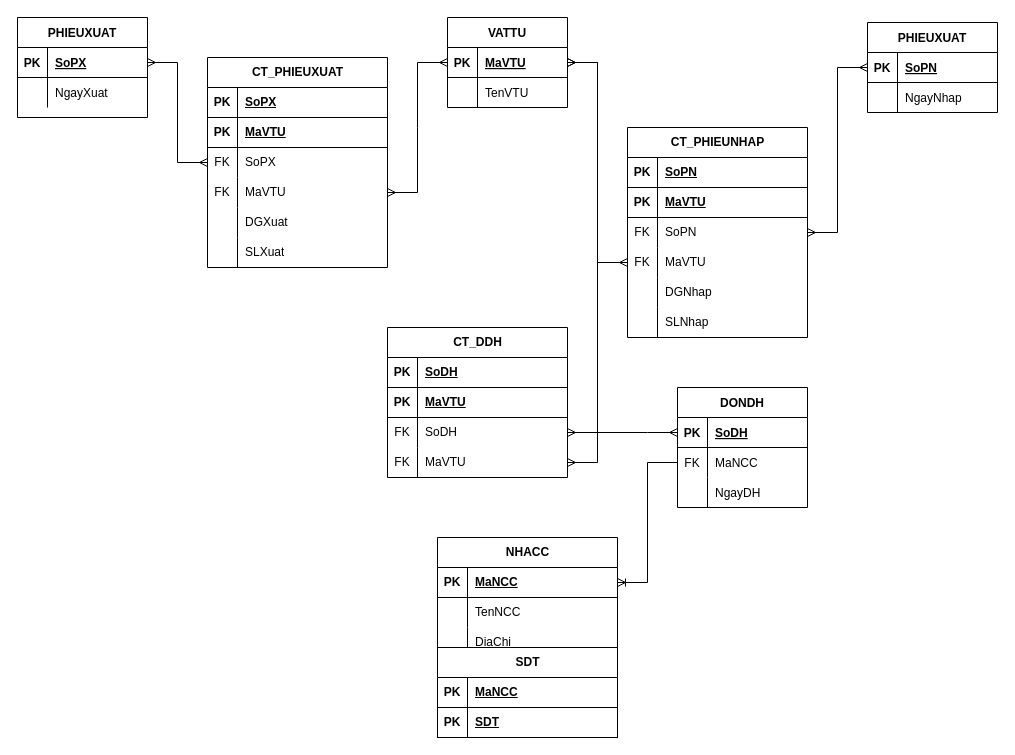
Cuongrevival/C1224G1-Module-3 keeps this draw.io diagram as Lesson2/ERD Luyen Tap.drawio. Above is the earlier version. Source tidied: cells renumbered, new cells numbered last; positions are measured from the earlier drawing's top-left corner, leaving out a move shared by most shapes. Both pictures are drawn from the tidied source at 100%, with x=0, y=0 at pixel (17, 17).
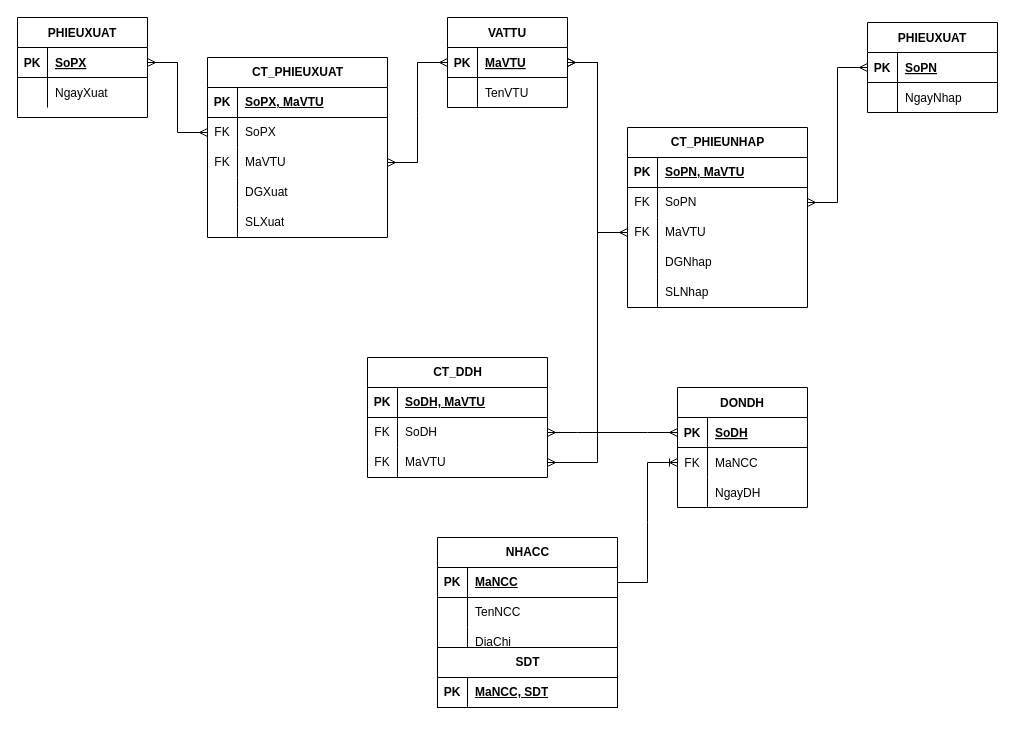
The same page after the edit.

The change refers to these unchanged cells:
```xml
<mxCell id="10" style="shape=tableRow;horizontal=0;startSize=0;swimlaneHead=0;swimlaneBody=0;fillColor=none;top=0;left=0;right=0;bottom=1;" parent="9" vertex="1">
  <mxGeometry y="30" width="180" height="30" as="geometry" />
</mxCell>
<mxCell id="38" style="shape=tableRow;horizontal=0;startSize=0;swimlaneHead=0;swimlaneBody=0;fillColor=none;top=0;left=0;right=0;bottom=1;" parent="37" vertex="1">
  <mxGeometry y="30" width="180" height="30" as="geometry" />
</mxCell>
<mxCell id="66" style="shape=tableRow;horizontal=0;startSize=0;swimlaneHead=0;swimlaneBody=0;fillColor=none;top=0;left=0;right=0;bottom=1;" parent="65" vertex="1">
  <mxGeometry y="30" width="180" height="30" as="geometry" />
</mxCell>
<mxCell id="82" style="shape=partialRectangle;fillColor=none;points=[[0,0.5],[1,0.5]];portConstraint=eastwest;top=0;left=0;right=0;bottom=0;" parent="78" vertex="1">
  <mxGeometry y="60" width="130" height="30" as="geometry" />
</mxCell>
<mxCell id="90" style="group;" parent="1" vertex="1">
  <mxGeometry x="420" y="520" width="180" height="200" as="geometry" />
</mxCell>
<mxCell id="92" style="shape=tableRow;horizontal=0;startSize=0;swimlaneHead=0;swimlaneBody=0;fillColor=none;points=[[0,0.5],[1,0.5]];portConstraint=eastwest;top=0;left=0;right=0;bottom=1;" parent="91" vertex="1">
  <mxGeometry y="30" width="180" height="30" as="geometry" />
</mxCell>
<mxCell id="102" style="shape=tableRow;horizontal=0;startSize=0;swimlaneHead=0;swimlaneBody=0;fillColor=none;top=0;left=0;right=0;bottom=1;" parent="101" vertex="1">
  <mxGeometry y="30" width="180" height="30" as="geometry" />
</mxCell>
```

Change to the diagram source:
```diff
@@
     <mxCell id="9" value="CT_PHIEUXUAT" style="shape=table;startSize=30;childLayout=tableLayout;rowLines=0;fontStyle=1;align=center;html=1;" parent="1" vertex="1">
-      <mxGeometry x="190" y="40" width="180" height="210" as="geometry" />
+      <mxGeometry x="190" y="40" width="180" height="180" as="geometry" />
     </mxCell>
@@
-    <mxCell id="12" value="SoPX" style="shape=partialRectangle;fillColor=none;top=0;left=0;bottom=0;right=0;align=left;spacingLeft=6;fontStyle=5;overflow=hidden;whiteSpace=wrap;html=1;" parent="10" vertex="1">
+    <mxCell id="12" value="SoPX, MaVTU" style="shape=partialRectangle;fillColor=none;top=0;left=0;bottom=0;right=0;align=left;spacingLeft=6;fontStyle=5;overflow=hidden;whiteSpace=wrap;html=1;" parent="10" vertex="1">
       <mxGeometry x="30" width="150" height="30" as="geometry" />
     </mxCell>
-    <mxCell id="13" style="shape=tableRow;horizontal=0;startSize=0;swimlaneHead=0;swimlaneBody=0;fillColor=none;top=0;left=0;right=0;bottom=1;" parent="9" vertex="1">
-      <mxGeometry y="60" width="180" height="30" as="geometry" />
-    </mxCell>
-    <mxCell id="14" value="PK" style="shape=partialRectangle;fillColor=none;top=0;left=0;bottom=0;right=0;fontStyle=1;overflow=hidden;whiteSpace=wrap;html=1;" parent="13" vertex="1">
-      <mxGeometry width="30" height="30" as="geometry" />
-    </mxCell>
-    <mxCell id="15" value="MaVTU" style="shape=partialRectangle;fillColor=none;top=0;left=0;bottom=0;right=0;align=left;spacingLeft=6;fontStyle=5;overflow=hidden;whiteSpace=wrap;html=1;" parent="13" vertex="1">
-      <mxGeometry x="30" width="150" height="30" as="geometry" />
-    </mxCell>
     <mxCell id="16" style="shape=tableRow;horizontal=0;startSize=0;swimlaneHead=0;swimlaneBody=0;fillColor=none;points=[[0,0.5],[1,0.5]];portConstraint=eastwest;top=0;left=0;right=0;bottom=0;" parent="9" vertex="1">
-      <mxGeometry y="90" width="180" height="30" as="geometry" />
+      <mxGeometry y="60" width="180" height="30" as="geometry" />
     </mxCell>
@@
     <mxCell id="19" style="shape=tableRow;horizontal=0;startSize=0;swimlaneHead=0;swimlaneBody=0;fillColor=none;points=[[0,0.5],[1,0.5]];portConstraint=eastwest;top=0;left=0;right=0;bottom=0;" parent="9" vertex="1">
-      <mxGeometry y="120" width="180" height="30" as="geometry" />
+      <mxGeometry y="90" width="180" height="30" as="geometry" />
     </mxCell>
@@
     <mxCell id="22" style="shape=tableRow;horizontal=0;startSize=0;swimlaneHead=0;swimlaneBody=0;fillColor=none;top=0;left=0;right=0;bottom=0;" parent="9" vertex="1">
-      <mxGeometry y="150" width="180" height="30" as="geometry" />
+      <mxGeometry y="120" width="180" height="30" as="geometry" />
     </mxCell>
@@
     <mxCell id="25" style="shape=tableRow;horizontal=0;startSize=0;swimlaneHead=0;swimlaneBody=0;fillColor=none;top=0;left=0;right=0;bottom=0;" parent="9" vertex="1">
-      <mxGeometry y="180" width="180" height="30" as="geometry" />
+      <mxGeometry y="150" width="180" height="30" as="geometry" />
     </mxCell>
@@
     <mxCell id="37" value="CT_PHIEUNHAP" style="shape=table;startSize=30;childLayout=tableLayout;rowLines=0;fontStyle=1;align=center;html=1;" parent="1" vertex="1">
-      <mxGeometry x="610" y="110" width="180" height="210" as="geometry" />
+      <mxGeometry x="610" y="110" width="180" height="180" as="geometry" />
     </mxCell>
@@
-    <mxCell id="40" value="SoPN" style="shape=partialRectangle;fillColor=none;top=0;left=0;bottom=0;right=0;align=left;spacingLeft=6;fontStyle=5;overflow=hidden;whiteSpace=wrap;html=1;" parent="38" vertex="1">
+    <mxCell id="40" value="SoPN, MaVTU" style="shape=partialRectangle;fillColor=none;top=0;left=0;bottom=0;right=0;align=left;spacingLeft=6;fontStyle=5;overflow=hidden;whiteSpace=wrap;html=1;" parent="38" vertex="1">
       <mxGeometry x="30" width="150" height="30" as="geometry" />
     </mxCell>
-    <mxCell id="41" style="shape=tableRow;horizontal=0;startSize=0;swimlaneHead=0;swimlaneBody=0;fillColor=none;top=0;left=0;right=0;bottom=1;" parent="37" vertex="1">
-      <mxGeometry y="60" width="180" height="30" as="geometry" />
-    </mxCell>
-    <mxCell id="42" value="PK" style="shape=partialRectangle;fillColor=none;top=0;left=0;bottom=0;right=0;fontStyle=1;overflow=hidden;whiteSpace=wrap;html=1;" parent="41" vertex="1">
-      <mxGeometry width="30" height="30" as="geometry" />
-    </mxCell>
-    <mxCell id="43" value="MaVTU" style="shape=partialRectangle;fillColor=none;top=0;left=0;bottom=0;right=0;align=left;spacingLeft=6;fontStyle=5;overflow=hidden;whiteSpace=wrap;html=1;" parent="41" vertex="1">
-      <mxGeometry x="30" width="150" height="30" as="geometry" />
-    </mxCell>
     <mxCell id="44" style="shape=tableRow;horizontal=0;startSize=0;swimlaneHead=0;swimlaneBody=0;fillColor=none;points=[[0,0.5],[1,0.5]];portConstraint=eastwest;top=0;left=0;right=0;bottom=0;" parent="37" vertex="1">
-      <mxGeometry y="90" width="180" height="30" as="geometry" />
+      <mxGeometry y="60" width="180" height="30" as="geometry" />
     </mxCell>
@@
     <mxCell id="47" style="shape=tableRow;horizontal=0;startSize=0;swimlaneHead=0;swimlaneBody=0;fillColor=none;points=[[0,0.5],[1,0.5]];portConstraint=eastwest;top=0;left=0;right=0;bottom=0;" parent="37" vertex="1">
-      <mxGeometry y="120" width="180" height="30" as="geometry" />
+      <mxGeometry y="90" width="180" height="30" as="geometry" />
     </mxCell>
@@
     <mxCell id="50" style="shape=tableRow;horizontal=0;startSize=0;swimlaneHead=0;swimlaneBody=0;fillColor=none;top=0;left=0;right=0;bottom=0;" parent="37" vertex="1">
-      <mxGeometry y="150" width="180" height="30" as="geometry" />
+      <mxGeometry y="120" width="180" height="30" as="geometry" />
     </mxCell>
@@
     <mxCell id="53" style="shape=tableRow;horizontal=0;startSize=0;swimlaneHead=0;swimlaneBody=0;fillColor=none;top=0;left=0;right=0;bottom=0;" parent="37" vertex="1">
-      <mxGeometry y="180" width="180" height="30" as="geometry" />
+      <mxGeometry y="150" width="180" height="30" as="geometry" />
     </mxCell>
@@
     <mxCell id="65" value="CT_DDH" style="shape=table;startSize=30;childLayout=tableLayout;rowLines=0;fontStyle=1;align=center;html=1;" parent="1" vertex="1">
-      <mxGeometry x="370" y="310" width="180" height="150" as="geometry" />
+      <mxGeometry x="350" y="340" width="180" height="120" as="geometry" />
     </mxCell>
@@
-    <mxCell id="68" value="SoDH" style="shape=partialRectangle;fillColor=none;top=0;left=0;bottom=0;right=0;align=left;spacingLeft=6;fontStyle=5;overflow=hidden;whiteSpace=wrap;html=1;" parent="66" vertex="1">
+    <mxCell id="68" value="SoDH, MaVTU" style="shape=partialRectangle;fillColor=none;top=0;left=0;bottom=0;right=0;align=left;spacingLeft=6;fontStyle=5;overflow=hidden;whiteSpace=wrap;html=1;" parent="66" vertex="1">
       <mxGeometry x="30" width="150" height="30" as="geometry" />
     </mxCell>
-    <mxCell id="69" style="shape=tableRow;horizontal=0;startSize=0;swimlaneHead=0;swimlaneBody=0;fillColor=none;top=0;left=0;right=0;bottom=1;" parent="65" vertex="1">
-      <mxGeometry y="60" width="180" height="30" as="geometry" />
-    </mxCell>
-    <mxCell id="70" value="PK" style="shape=partialRectangle;fillColor=none;top=0;left=0;bottom=0;right=0;fontStyle=1;overflow=hidden;whiteSpace=wrap;html=1;" parent="69" vertex="1">
-      <mxGeometry width="30" height="30" as="geometry" />
-    </mxCell>
-    <mxCell id="71" value="MaVTU" style="shape=partialRectangle;fillColor=none;top=0;left=0;bottom=0;right=0;align=left;spacingLeft=6;fontStyle=5;overflow=hidden;whiteSpace=wrap;html=1;" parent="69" vertex="1">
-      <mxGeometry x="30" width="150" height="30" as="geometry" />
-    </mxCell>
     <mxCell id="72" style="shape=tableRow;horizontal=0;startSize=0;swimlaneHead=0;swimlaneBody=0;fillColor=none;points=[[0,0.5],[1,0.5]];portConstraint=eastwest;top=0;left=0;right=0;bottom=0;" parent="65" vertex="1">
-      <mxGeometry y="90" width="180" height="30" as="geometry" />
+      <mxGeometry y="60" width="180" height="30" as="geometry" />
     </mxCell>
@@
     <mxCell id="75" style="shape=tableRow;horizontal=0;startSize=0;swimlaneHead=0;swimlaneBody=0;fillColor=none;points=[[0,0.5],[1,0.5]];portConstraint=eastwest;top=0;left=0;right=0;bottom=0;" parent="65" vertex="1">
-      <mxGeometry y="120" width="180" height="30" as="geometry" />
+      <mxGeometry y="90" width="180" height="30" as="geometry" />
     </mxCell>
@@
     <mxCell id="101" value="SDT" style="shape=table;startSize=30;childLayout=tableLayout;rowLines=0;fontStyle=1;align=center;html=1;" parent="90" vertex="1">
-      <mxGeometry y="110" width="180" height="90" as="geometry" />
+      <mxGeometry y="110" width="180" height="60" as="geometry" />
     </mxCell>
@@
-    <mxCell id="104" value="MaNCC" style="shape=partialRectangle;fillColor=none;top=0;left=0;bottom=0;right=0;align=left;spacingLeft=6;fontStyle=5;overflow=hidden;whiteSpace=wrap;html=1;" parent="102" vertex="1">
+    <mxCell id="104" value="MaNCC, SDT" style="shape=partialRectangle;fillColor=none;top=0;left=0;bottom=0;right=0;align=left;spacingLeft=6;fontStyle=5;overflow=hidden;whiteSpace=wrap;html=1;" parent="102" vertex="1">
       <mxGeometry x="30" width="150" height="30" as="geometry" />
     </mxCell>
-    <mxCell id="105" style="shape=tableRow;horizontal=0;startSize=0;swimlaneHead=0;swimlaneBody=0;fillColor=none;top=0;left=0;right=0;bottom=1;" parent="101" vertex="1">
-      <mxGeometry y="60" width="180" height="30" as="geometry" />
-    </mxCell>
-    <mxCell id="106" value="PK" style="shape=partialRectangle;fillColor=none;top=0;left=0;bottom=0;right=0;fontStyle=1;overflow=hidden;whiteSpace=wrap;html=1;" parent="105" vertex="1">
-      <mxGeometry width="30" height="30" as="geometry" />
-    </mxCell>
-    <mxCell id="107" value="SDT" style="shape=partialRectangle;fillColor=none;top=0;left=0;bottom=0;right=0;align=left;spacingLeft=6;fontStyle=5;overflow=hidden;whiteSpace=wrap;html=1;" parent="105" vertex="1">
-      <mxGeometry x="30" width="150" height="30" as="geometry" />
-    </mxCell>
-    <mxCell id="108" style="edgeStyle=entityRelationEdgeStyle;fontSize=12;html=1;endArrow=ERoneToMany;rounded=0;exitX=0;exitY=0.5;exitDx=0;exitDy=0;" parent="1" edge="1" source="82" target="92">
+    <mxCell id="108" style="edgeStyle=entityRelationEdgeStyle;fontSize=12;html=1;endArrow=ERoneToMany;rounded=0;" parent="1" edge="1" source="92" target="82">
       <mxGeometry relative="1" as="geometry" />
     </mxCell>
```
